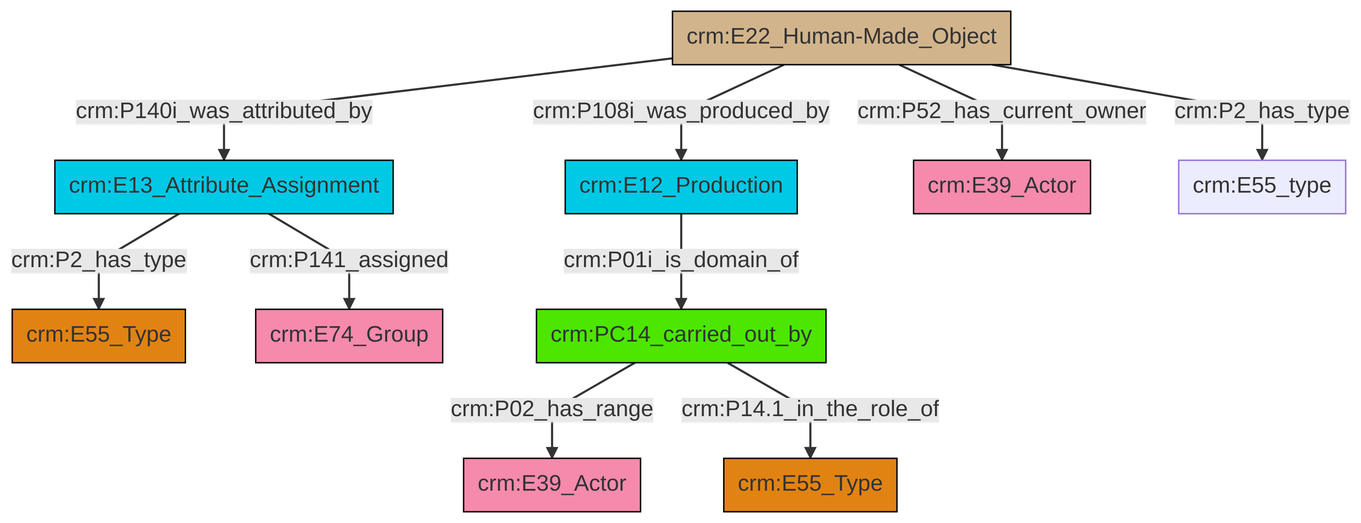
Above: et/builtWorkCSV/ttl/mmd/png/Built_Work_actor_relations.png in swiss-art-research-net/reference-data-models (Mermaid), before the change. Its source is kept beside it as et/builtWorkCSV/ttl/mmd/Built_Work_actor_relations.ttl.mmd.
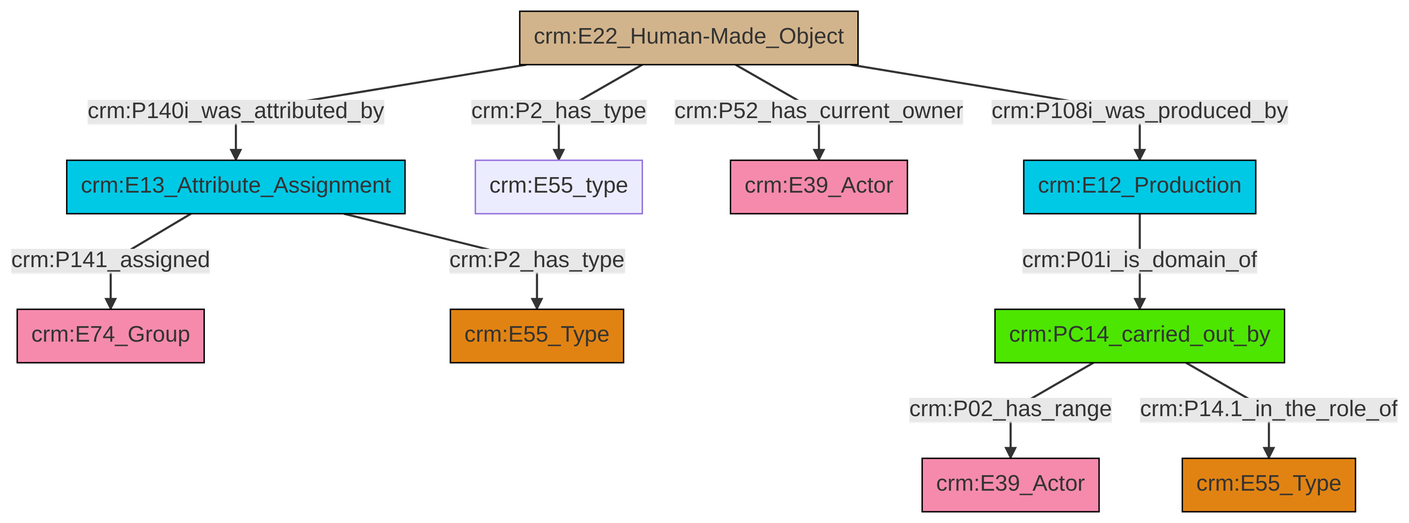
After the change.

Change to the diagram source:
```diff
@@ -13,12 +13,12 @@
 classDef PC_Classes fill:#4ce600, stroke:#000000;
 classDef Multi fill:#cccccc,stroke:#000000;
 
-0["crm:E22_Human-Made_Object"]:::Physical_Thing -->|crm:P140i_was_attributed_by| 8["crm:E13_Attribute_Assignment"]:::Temporal_Entity
-0["crm:E22_Human-Made_Object"]:::Physical_Thing -->|crm:P108i_was_produced_by| 6["crm:E12_Production"]:::Temporal_Entity
-0["crm:E22_Human-Made_Object"]:::Physical_Thing -->|crm:P52_has_current_owner| 2["crm:E39_Actor"]:::Actor
-15["crm:PC14_carried_out_by"]:::PC_Classes -->|crm:P02_has_range| 11["crm:E39_Actor"]:::Actor
-8["crm:E13_Attribute_Assignment"]:::Temporal_Entity -->|crm:P2_has_type| 4["crm:E55_Type"]:::Type
-6["crm:E12_Production"]:::Temporal_Entity -->|crm:P01i_is_domain_of| 15["crm:PC14_carried_out_by"]:::PC_Classes
-0["crm:E22_Human-Made_Object"]:::Physical_Thing -->|crm:P2_has_type| 16["crm:E55_type"]:::Default
-15["crm:PC14_carried_out_by"]:::PC_Classes -->|crm:P14.1_in_the_role_of| 9["crm:E55_Type"]:::Type
-8["crm:E13_Attribute_Assignment"]:::Temporal_Entity -->|crm:P141_assigned| 17["crm:E74_Group"]:::Actor
+2["crm:E13_Attribute_Assignment"]:::Temporal_Entity -->|crm:P141_assigned| 3["crm:E74_Group"]:::Actor
+6["crm:E22_Human-Made_Object"]:::Physical_Thing -->|crm:P140i_was_attributed_by| 2["crm:E13_Attribute_Assignment"]:::Temporal_Entity
+6["crm:E22_Human-Made_Object"]:::Physical_Thing -->|crm:P2_has_type| 4["crm:E55_type"]:::Default
+6["crm:E22_Human-Made_Object"]:::Physical_Thing -->|crm:P52_has_current_owner| 0["crm:E39_Actor"]:::Actor
+7["crm:PC14_carried_out_by"]:::PC_Classes -->|crm:P02_has_range| 11["crm:E39_Actor"]:::Actor
+7["crm:PC14_carried_out_by"]:::PC_Classes -->|crm:P14.1_in_the_role_of| 9["crm:E55_Type"]:::Type
+14["crm:E12_Production"]:::Temporal_Entity -->|crm:P01i_is_domain_of| 7["crm:PC14_carried_out_by"]:::PC_Classes
+2["crm:E13_Attribute_Assignment"]:::Temporal_Entity -->|crm:P2_has_type| 15["crm:E55_Type"]:::Type
+6["crm:E22_Human-Made_Object"]:::Physical_Thing -->|crm:P108i_was_produced_by| 14["crm:E12_Production"]:::Temporal_Entity
```
